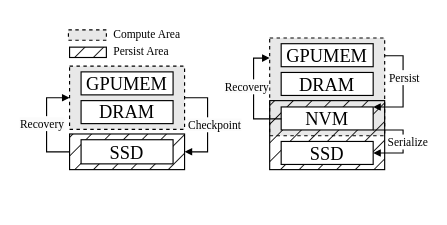
Above: fig/archi_mot_a.drawio in icszhr/NCheck (draw.io), before the change. Source tidied: cells renumbered, new cells numbered last; positions are measured from the earlier drawing's top-left corner, leaving out a move shared by most shapes. Both pictures are drawn from the tidied source at 115%, with x=0, y=0 at pixel (46, 22).
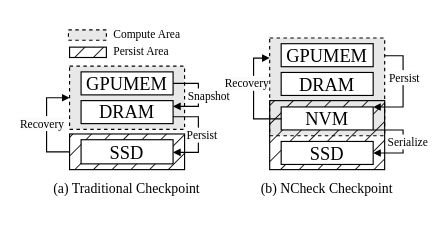
The same diagram, later.

The change refers to these unchanged cells:
```xml
<mxCell id="2" style="rounded=0;whiteSpace=wrap;html=1;fillColor=#000000;fillStyle=hatch;" parent="1" vertex="1">
  <mxGeometry x="20" y="97" width="100" height="31" as="geometry" />
</mxCell>
<mxCell id="5" style="rounded=0;whiteSpace=wrap;html=1;fillColor=#E8E8E8;dashed=1;" parent="1" vertex="1">
  <mxGeometry x="20" y="38" width="100" height="55" as="geometry" />
</mxCell>
<mxCell id="6" value="&lt;font style=&quot;font-size: 16px;&quot; face=&quot;Times New Roman&quot;&gt;GPUMEM&lt;/font&gt;" style="rounded=0;whiteSpace=wrap;html=1;" parent="1" vertex="1">
  <mxGeometry x="30" y="43" width="80" height="20" as="geometry" />
</mxCell>
<mxCell id="20" style="edgeStyle=orthogonalEdgeStyle;rounded=0;orthogonalLoop=1;jettySize=auto;html=1;entryX=1;entryY=0.5;entryDx=0;entryDy=0;exitX=0.003;exitY=0.62;exitDx=0;exitDy=0;startSize=6;endSize=4;endArrow=block;endFill=1;exitPerimeter=0;" parent="1" edge="1">
  <mxGeometry relative="1" as="geometry">
    <mxPoint x="204.2" y="83.9" as="sourcePoint" />
    <mxPoint x="194" y="31" as="targetPoint" />
    <Array as="points">
      <mxPoint x="180" y="84" />
      <mxPoint x="180" y="31" />
    </Array>
  </mxGeometry>
</mxCell>
```

Change to the diagram source:
```diff
@@
-    <mxCell id="18" style="edgeStyle=orthogonalEdgeStyle;rounded=0;jettySize=auto;html=1;entryX=1;entryY=0.5;entryDx=0;entryDy=0;exitX=1;exitY=0.5;exitDx=0;exitDy=0;startSize=4;endSize=4;endArrow=none;endFill=0;startArrow=block;startFill=1;" parent="1" edge="1" source="2" target="5">
+    <mxCell id="18" style="edgeStyle=orthogonalEdgeStyle;rounded=0;jettySize=auto;html=1;entryX=1;entryY=0.5;entryDx=0;entryDy=0;startSize=4;endSize=4;endArrow=none;endFill=0;startArrow=block;startFill=1;" parent="1" edge="1" target="6">
       <mxGeometry relative="1" as="geometry">
+        <mxPoint x="110" y="73" as="sourcePoint" />
         <Array as="points">
-          <mxPoint x="140" y="113" />
-          <mxPoint x="140" y="66" />
+          <mxPoint x="110" y="73" />
+          <mxPoint x="132" y="73" />
+          <mxPoint x="132" y="53" />
         </Array>
       </mxGeometry>
     </mxCell>
-    <mxCell id="19" value="&lt;span style=&quot;font-family: &amp;quot;Times New Roman&amp;quot;; font-size: 10px; text-wrap: wrap; background-color: rgb(251, 251, 251);&quot;&gt;Checkpoint&lt;/span&gt;" style="edgeLabel;html=1;align=center;verticalAlign=middle;" parent="18" vertex="1">
+    <mxCell id="19" value="&lt;span style=&quot;font-family: &amp;quot;Times New Roman&amp;quot;; font-size: 10px; text-wrap: wrap; background-color: rgb(251, 251, 251);&quot;&gt;Snapshot&lt;/span&gt;" style="edgeLabel;html=1;align=center;verticalAlign=middle;" parent="18" vertex="1">
       <mxGeometry x="-0.13" y="1" relative="1" as="geometry">
-        <mxPoint x="6" y="-6" as="offset" />
+        <mxPoint x="9" y="-4" as="offset" />
       </mxGeometry>
     </mxCell>
@@
     <mxCell id="21" value="&lt;span style=&quot;font-family: &amp;quot;Times New Roman&amp;quot;; font-size: 10px; text-wrap: wrap; background-color: rgb(251, 251, 251);&quot;&gt;Recovery&lt;/span&gt;" style="edgeLabel;html=1;align=center;verticalAlign=middle;" parent="20" vertex="1">
       <mxGeometry x="-0.13" y="1" relative="1" as="geometry">
-        <mxPoint x="-6" y="-13" as="offset" />
+        <mxPoint x="-6" y="-16" as="offset" />
       </mxGeometry>
     </mxCell>
@@
+    <mxCell id="27" style="edgeStyle=orthogonalEdgeStyle;rounded=0;orthogonalLoop=1;jettySize=auto;html=1;entryX=1;entryY=0.5;entryDx=0;entryDy=0;startSize=4;endSize=4;endArrow=none;endFill=0;startArrow=block;startFill=1;" parent="1" edge="1">
+      <mxGeometry relative="1" as="geometry">
+        <mxPoint x="110" y="113" as="sourcePoint" />
+        <mxPoint x="110" y="82" as="targetPoint" />
+        <Array as="points">
+          <mxPoint x="110" y="113" />
+          <mxPoint x="132" y="113" />
+          <mxPoint x="132" y="82" />
+        </Array>
+      </mxGeometry>
+    </mxCell>
+    <mxCell id="28" value="&lt;span style=&quot;font-family: &amp;quot;Times New Roman&amp;quot;; font-size: 10px; text-wrap: wrap; background-color: rgb(251, 251, 251);&quot;&gt;Persist&lt;/span&gt;" style="edgeLabel;html=1;align=center;verticalAlign=middle;" parent="27" vertex="1">
+      <mxGeometry x="-0.13" y="1" relative="1" as="geometry">
+        <mxPoint x="3" y="-5" as="offset" />
+      </mxGeometry>
+    </mxCell>
+    <mxCell id="29" value="(a) Traditional Checkpoint" style="text;html=1;align=center;verticalAlign=middle;whiteSpace=wrap;rounded=0;fontFamily=Times New Roman;" parent="1" vertex="1">
+      <mxGeometry y="130" width="140" height="30" as="geometry" />
+    </mxCell>
+    <mxCell id="30" value="(b) NCheck Checkpoint" style="text;html=1;align=center;verticalAlign=middle;whiteSpace=wrap;rounded=0;fontFamily=Times New Roman;" parent="1" vertex="1">
+      <mxGeometry x="174" y="130" width="140" height="30" as="geometry" />
+    </mxCell>
```
